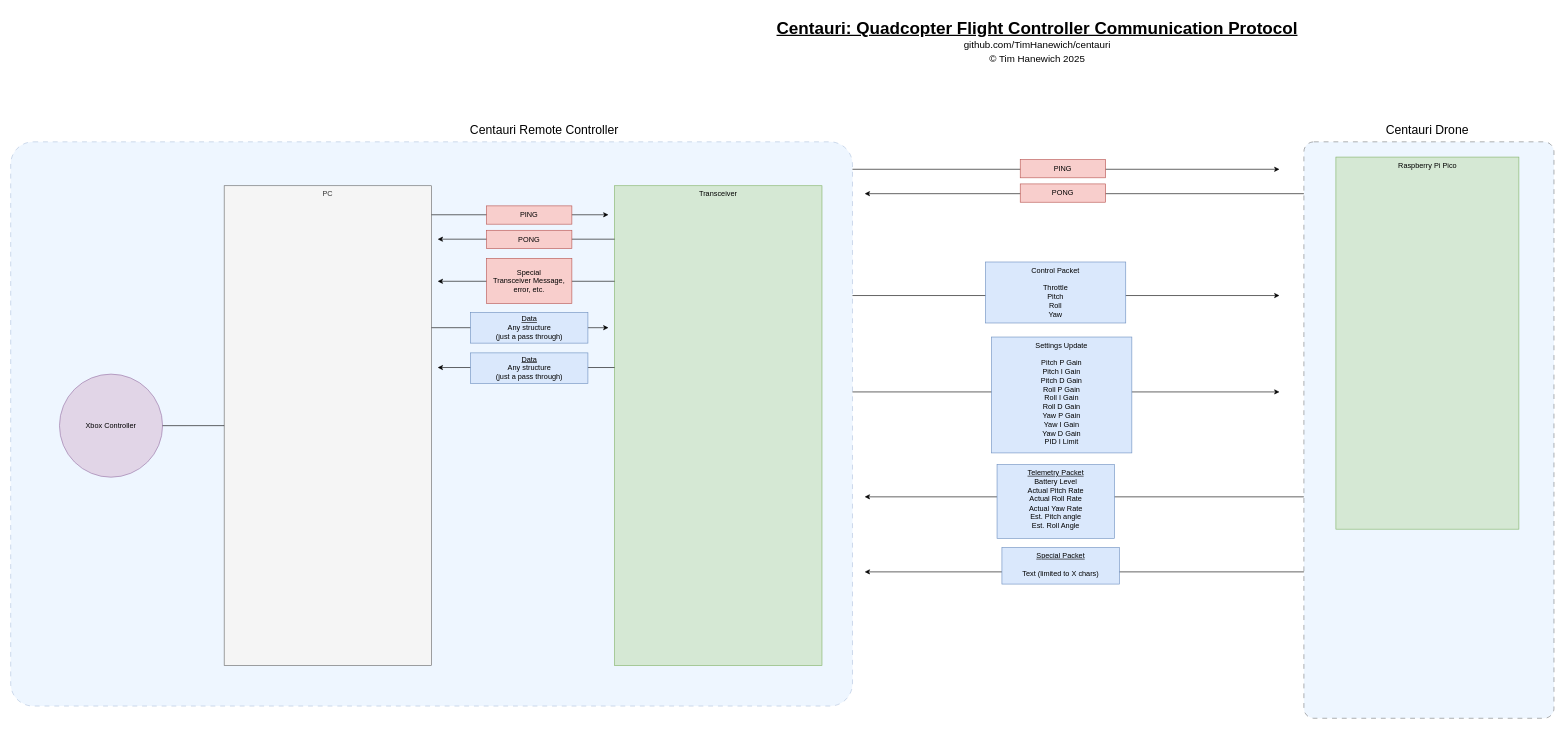
TimHanewich/centauri keeps this draw.io diagram as research/communication/communication.drawio. Above is the earlier version. Source tidied: cells renumbered, new cells numbered last; positions are measured from the earlier drawing's top-left corner, leaving out a move shared by most shapes. Both pictures are drawn from the tidied source at 61%, with x=0, y=0 at pixel (10, 10).
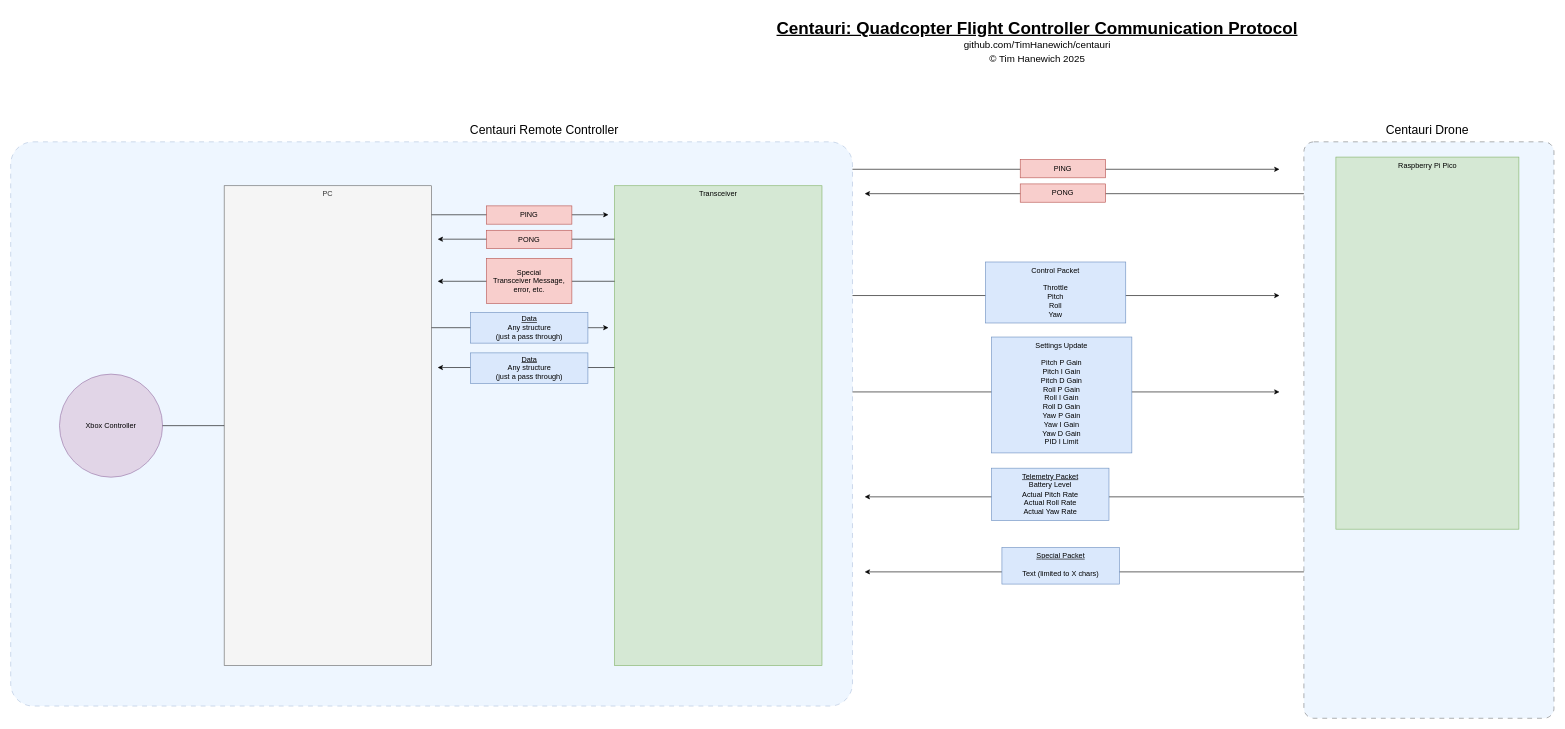
The same page after the edit.

Commit message:
Removed angles from telemetry packet

Change to the diagram source:
```diff
@@
-    <mxCell id="10" value="&lt;div&gt;&lt;u&gt;Telemetry Packet&lt;/u&gt;&lt;/div&gt;&lt;div&gt;Battery Level&lt;/div&gt;&lt;div&gt;Actual Pitch Rate&lt;/div&gt;&lt;div&gt;Actual Roll Rate&lt;/div&gt;&lt;div&gt;Actual Yaw Rate&lt;/div&gt;&lt;div&gt;Est. Pitch angle&lt;/div&gt;&lt;div&gt;Est. Roll Angle&lt;/div&gt;" style="rounded=0;whiteSpace=wrap;html=1;fillColor=#dae8fc;strokeColor=#6c8ebf;verticalAlign=top;" parent="1" vertex="1">
-      <mxGeometry x="1617" y="744" width="192.5" height="121" as="geometry" />
+    <mxCell id="10" value="&lt;div&gt;&lt;u&gt;Telemetry Packet&lt;/u&gt;&lt;/div&gt;&lt;div&gt;Battery Level&lt;/div&gt;&lt;div&gt;Actual Pitch Rate&lt;/div&gt;&lt;div&gt;Actual Roll Rate&lt;/div&gt;&lt;div&gt;Actual Yaw Rate&lt;/div&gt;" style="rounded=0;whiteSpace=wrap;html=1;fillColor=#dae8fc;strokeColor=#6c8ebf;verticalAlign=top;" parent="1" vertex="1">
+      <mxGeometry x="1608" y="750" width="192.5" height="86" as="geometry" />
     </mxCell>
```
